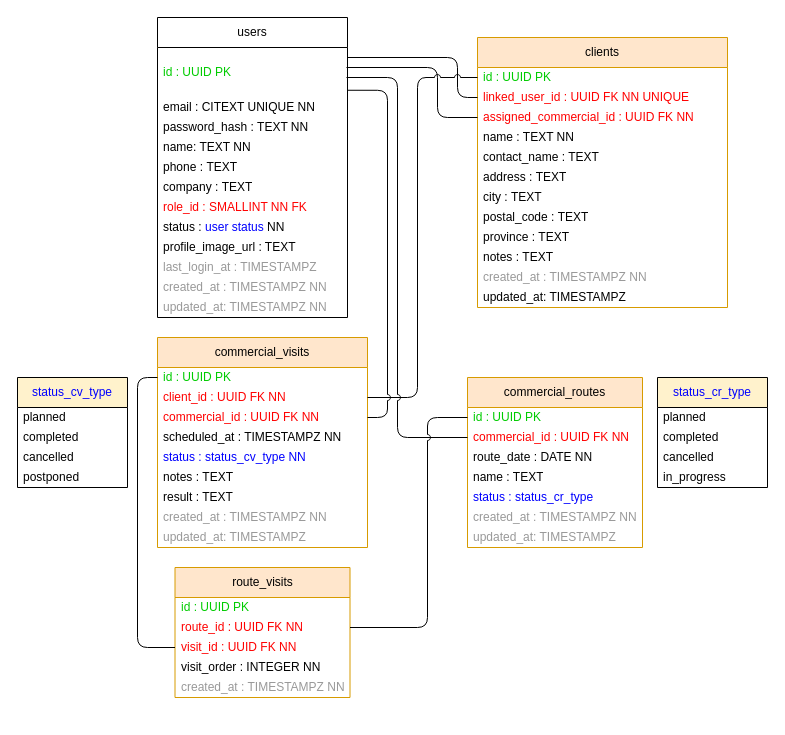
Earlier version of the draw.io diagram docs/docs/figures/UML/MCD/M2_BD.drawio (MadaoSurmanito/app-tfg). Source tidied: cells renumbered, new cells numbered last; positions are measured from the earlier drawing's top-left corner, leaving out a move shared by most shapes. Both pictures are drawn from the tidied source at 100%, with x=0, y=0 at pixel (17, 17).
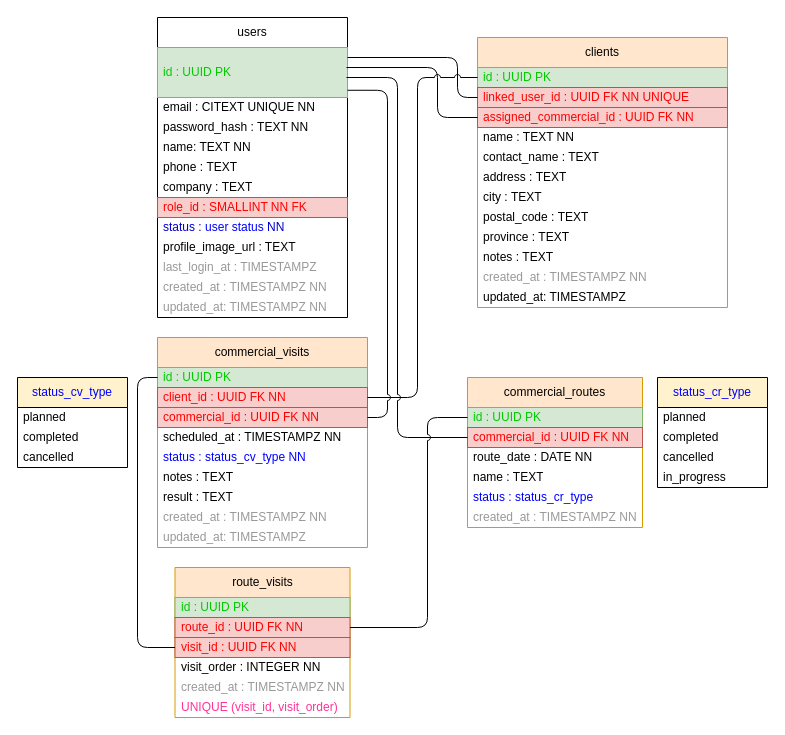
After the change.

Unchanged cells that the change refers to:
```xml
<mxCell id="2" value="users" style="swimlane;fontStyle=0;horizontal=1;startSize=30;whiteSpace=wrap;html=1;" parent="1" vertex="1">
  <mxGeometry x="140" width="190" height="300" as="geometry" />
</mxCell>
<mxCell id="15" value="clients" style="swimlane;fontStyle=0;horizontal=1;startSize=30;whiteSpace=wrap;html=1;fillColor=#ffe6cc;strokeColor=#d79b00;" parent="1" vertex="1">
  <mxGeometry x="460" y="20" width="250" height="270" as="geometry" />
</mxCell>
<mxCell id="30" value="commercial_visits" style="swimlane;fontStyle=0;horizontal=1;startSize=30;whiteSpace=wrap;html=1;fillColor=#ffe6cc;strokeColor=#d79b00;" parent="1" vertex="1">
  <mxGeometry x="140" y="320" width="210" height="210" as="geometry" />
</mxCell>
```

What changed in the source:
```diff
@@
-    <mxCell id="3" value="&lt;font color=&quot;#00cc00&quot;&gt;id : UUID PK&lt;/font&gt;" style="text;strokeColor=none;fillColor=none;align=left;verticalAlign=middle;spacingLeft=4;spacingRight=4;overflow=hidden;points=[[0,0.5],[1,0.5]];portConstraint=eastwest;whiteSpace=wrap;html=1;fontSize=12;" parent="2" vertex="1">
+    <mxCell id="3" value="&lt;font color=&quot;#00cc00&quot;&gt;id : UUID PK&lt;/font&gt;" style="text;strokeColor=#82b366;fillColor=#d5e8d4;align=left;verticalAlign=middle;spacingLeft=4;spacingRight=4;overflow=hidden;points=[[0,0.5],[1,0.5]];portConstraint=eastwest;whiteSpace=wrap;html=1;fontSize=12;" parent="2" vertex="1">
       <mxGeometry y="30" width="190" height="50" as="geometry" />
     </mxCell>
@@
-    <mxCell id="9" value="&lt;font color=&quot;#ff0000&quot;&gt;role_id : SMALLINT NN FK&lt;/font&gt;" style="text;strokeColor=none;fillColor=none;align=left;verticalAlign=middle;spacingLeft=4;spacingRight=4;overflow=hidden;whiteSpace=wrap;html=1;" parent="2" vertex="1">
+    <mxCell id="9" value="&lt;font color=&quot;#ff0000&quot;&gt;role_id : SMALLINT NN FK&lt;/font&gt;" style="text;strokeColor=#b85450;fillColor=#f8cecc;align=left;verticalAlign=middle;spacingLeft=4;spacingRight=4;overflow=hidden;whiteSpace=wrap;html=1;" parent="2" vertex="1">
       <mxGeometry y="180" width="190" height="20" as="geometry" />
     </mxCell>
-    <mxCell id="10" value="status :&amp;nbsp;&lt;span style=&quot;color: rgb(0, 0, 255);&quot;&gt;user status&lt;/span&gt;&amp;nbsp;&lt;span style=&quot;color: rgb(0, 0, 0); text-align: center;&quot;&gt;NN&lt;/span&gt;" style="text;strokeColor=none;fillColor=none;align=left;verticalAlign=middle;spacingLeft=4;spacingRight=4;overflow=hidden;whiteSpace=wrap;html=1;" parent="2" vertex="1">
+    <mxCell id="10" value="&lt;font&gt;&lt;font style=&quot;color: rgb(0, 0, 204);&quot;&gt;status :&amp;nbsp;&lt;/font&gt;&lt;span style=&quot;color: rgb(0, 0, 255);&quot;&gt;user status&lt;/span&gt;&lt;font style=&quot;color: rgb(0, 0, 204);&quot;&gt;&amp;nbsp;&lt;/font&gt;&lt;span style=&quot;text-align: center; color: rgb(0, 0, 0);&quot;&gt;&lt;font style=&quot;color: rgb(0, 0, 204);&quot;&gt;NN&lt;/font&gt;&lt;/span&gt;&lt;/font&gt;" style="text;strokeColor=none;fillColor=none;align=left;verticalAlign=middle;spacingLeft=4;spacingRight=4;overflow=hidden;whiteSpace=wrap;html=1;" parent="2" vertex="1">
       <mxGeometry y="200" width="190" height="20" as="geometry" />
     </mxCell>
@@
-    <mxCell id="16" value="&lt;font color=&quot;#00cc00&quot;&gt;id : UUID PK&lt;/font&gt;" style="text;strokeColor=none;fillColor=none;align=left;verticalAlign=middle;spacingLeft=4;spacingRight=4;overflow=hidden;points=[[0,0.5],[1,0.5]];portConstraint=eastwest;whiteSpace=wrap;html=1;" parent="15" vertex="1">
+    <mxCell id="16" value="&lt;font color=&quot;#00cc00&quot;&gt;id : UUID PK&lt;/font&gt;" style="text;strokeColor=#82b366;fillColor=#d5e8d4;align=left;verticalAlign=middle;spacingLeft=4;spacingRight=4;overflow=hidden;points=[[0,0.5],[1,0.5]];portConstraint=eastwest;whiteSpace=wrap;html=1;" parent="15" vertex="1">
       <mxGeometry y="30" width="250" height="20" as="geometry" />
     </mxCell>
-    <mxCell id="17" value="&lt;font color=&quot;#ff0000&quot;&gt;linked_user_id : UUID FK NN UNIQUE&lt;/font&gt;" style="text;strokeColor=none;fillColor=none;align=left;verticalAlign=middle;spacingLeft=4;spacingRight=4;overflow=hidden;points=[[0,0.5],[1,0.5]];portConstraint=eastwest;whiteSpace=wrap;html=1;" parent="15" vertex="1">
+    <mxCell id="17" value="&lt;font color=&quot;#ff0000&quot;&gt;linked_user_id : UUID FK NN UNIQUE&lt;/font&gt;" style="text;strokeColor=#b85450;fillColor=#f8cecc;align=left;verticalAlign=middle;spacingLeft=4;spacingRight=4;overflow=hidden;points=[[0,0.5],[1,0.5]];portConstraint=eastwest;whiteSpace=wrap;html=1;" parent="15" vertex="1">
       <mxGeometry y="50" width="250" height="20" as="geometry" />
     </mxCell>
-    <mxCell id="18" value="&lt;font color=&quot;#ff0000&quot;&gt;assigned_commercial_id : UUID FK NN&lt;/font&gt;" style="text;strokeColor=none;fillColor=none;align=left;verticalAlign=middle;spacingLeft=4;spacingRight=4;overflow=hidden;points=[[0,0.5],[1,0.5]];portConstraint=eastwest;whiteSpace=wrap;html=1;" parent="15" vertex="1">
+    <mxCell id="18" value="&lt;font color=&quot;#ff0000&quot;&gt;assigned_commercial_id : UUID FK NN&lt;/font&gt;" style="text;strokeColor=#b85450;fillColor=#f8cecc;align=left;verticalAlign=middle;spacingLeft=4;spacingRight=4;overflow=hidden;points=[[0,0.5],[1,0.5]];portConstraint=eastwest;whiteSpace=wrap;html=1;" parent="15" vertex="1">
       <mxGeometry y="70" width="250" height="20" as="geometry" />
     </mxCell>
@@
-    <mxCell id="31" value="&lt;font color=&quot;#00cc00&quot;&gt;id : UUID PK&lt;/font&gt;" style="text;strokeColor=none;fillColor=none;align=left;verticalAlign=middle;spacingLeft=4;spacingRight=4;overflow=hidden;points=[[0,0.5],[1,0.5]];portConstraint=eastwest;whiteSpace=wrap;html=1;" parent="30" vertex="1">
+    <mxCell id="31" value="&lt;font color=&quot;#00cc00&quot;&gt;id : UUID PK&lt;/font&gt;" style="text;strokeColor=#82b366;fillColor=#d5e8d4;align=left;verticalAlign=middle;spacingLeft=4;spacingRight=4;overflow=hidden;points=[[0,0.5],[1,0.5]];portConstraint=eastwest;whiteSpace=wrap;html=1;" parent="30" vertex="1">
       <mxGeometry y="30" width="210" height="20" as="geometry" />
     </mxCell>
-    <mxCell id="32" value="&lt;font color=&quot;#ff0000&quot;&gt;client_id : UUID FK NN&lt;/font&gt;" style="text;strokeColor=none;fillColor=none;align=left;verticalAlign=middle;spacingLeft=4;spacingRight=4;overflow=hidden;points=[[0,0.5],[1,0.5]];portConstraint=eastwest;whiteSpace=wrap;html=1;" parent="30" vertex="1">
+    <mxCell id="32" value="&lt;font color=&quot;#ff0000&quot;&gt;client_id : UUID FK NN&lt;/font&gt;" style="text;strokeColor=#b85450;fillColor=#f8cecc;align=left;verticalAlign=middle;spacingLeft=4;spacingRight=4;overflow=hidden;points=[[0,0.5],[1,0.5]];portConstraint=eastwest;whiteSpace=wrap;html=1;" parent="30" vertex="1">
       <mxGeometry y="50" width="210" height="20" as="geometry" />
     </mxCell>
-    <mxCell id="33" value="&lt;font color=&quot;#ff0000&quot;&gt;commercial_id : UUID FK NN&lt;/font&gt;" style="text;strokeColor=none;fillColor=none;align=left;verticalAlign=middle;spacingLeft=4;spacingRight=4;overflow=hidden;points=[[0,0.5],[1,0.5]];portConstraint=eastwest;whiteSpace=wrap;html=1;" parent="30" vertex="1">
+    <mxCell id="33" value="&lt;font color=&quot;#ff0000&quot;&gt;commercial_id : UUID FK NN&lt;/font&gt;" style="text;strokeColor=#b85450;fillColor=#f8cecc;align=left;verticalAlign=middle;spacingLeft=4;spacingRight=4;overflow=hidden;points=[[0,0.5],[1,0.5]];portConstraint=eastwest;whiteSpace=wrap;html=1;" parent="30" vertex="1">
       <mxGeometry y="70" width="210" height="20" as="geometry" />
     </mxCell>
@@
     <mxCell id="42" value="commercial_routes" style="swimlane;fontStyle=0;horizontal=1;startSize=30;whiteSpace=wrap;html=1;fillColor=#ffe6cc;strokeColor=#d79b00;" parent="1" vertex="1">
-      <mxGeometry x="450" y="360" width="175" height="170" as="geometry" />
+      <mxGeometry x="450" y="360" width="175" height="150" as="geometry" />
     </mxCell>
-    <mxCell id="43" value="&lt;font color=&quot;#00cc00&quot;&gt;id : UUID PK&lt;/font&gt;" style="text;strokeColor=none;fillColor=none;align=left;verticalAlign=middle;spacingLeft=4;spacingRight=4;overflow=hidden;points=[[0,0.5],[1,0.5]];portConstraint=eastwest;whiteSpace=wrap;html=1;" parent="42" vertex="1">
+    <mxCell id="43" value="&lt;font color=&quot;#00cc00&quot;&gt;id : UUID PK&lt;/font&gt;" style="text;strokeColor=#82b366;fillColor=#d5e8d4;align=left;verticalAlign=middle;spacingLeft=4;spacingRight=4;overflow=hidden;points=[[0,0.5],[1,0.5]];portConstraint=eastwest;whiteSpace=wrap;html=1;" parent="42" vertex="1">
       <mxGeometry y="30" width="175" height="20" as="geometry" />
     </mxCell>
-    <mxCell id="44" value="&lt;font color=&quot;#ff0000&quot;&gt;commercial_id : UUID FK NN&lt;/font&gt;" style="text;strokeColor=none;fillColor=none;align=left;verticalAlign=middle;spacingLeft=4;spacingRight=4;overflow=hidden;whiteSpace=wrap;html=1;" parent="42" vertex="1">
+    <mxCell id="44" value="&lt;font color=&quot;#ff0000&quot;&gt;commercial_id : UUID FK NN&lt;/font&gt;" style="text;strokeColor=#b85450;fillColor=#f8cecc;align=left;verticalAlign=middle;spacingLeft=4;spacingRight=4;overflow=hidden;whiteSpace=wrap;html=1;" parent="42" vertex="1">
       <mxGeometry y="50" width="175" height="20" as="geometry" />
     </mxCell>
@@
-    <mxCell id="49" value="updated_at: TIMESTAMPZ" style="text;strokeColor=none;fillColor=none;align=left;verticalAlign=middle;spacingLeft=4;spacingRight=4;overflow=hidden;whiteSpace=wrap;html=1;fontColor=#999999;" parent="42" vertex="1">
-      <mxGeometry y="150" width="175" height="20" as="geometry" />
-    </mxCell>
@@
     <mxCell id="51" value="route_visits" style="swimlane;fontStyle=0;horizontal=1;startSize=30;whiteSpace=wrap;html=1;fillColor=#ffe6cc;strokeColor=#d79b00;" parent="1" vertex="1">
-      <mxGeometry x="157.5" y="550" width="175" height="130" as="geometry" />
+      <mxGeometry x="157.5" y="550" width="175" height="150" as="geometry" />
     </mxCell>
-    <mxCell id="52" value="&lt;font color=&quot;#00cc00&quot;&gt;id : UUID PK&lt;/font&gt;" style="text;strokeColor=none;fillColor=none;align=left;verticalAlign=middle;spacingLeft=4;spacingRight=4;overflow=hidden;whiteSpace=wrap;html=1;" parent="51" vertex="1">
+    <mxCell id="52" value="&lt;font color=&quot;#00cc00&quot;&gt;id : UUID PK&lt;/font&gt;" style="text;strokeColor=#82b366;fillColor=#d5e8d4;align=left;verticalAlign=middle;spacingLeft=4;spacingRight=4;overflow=hidden;whiteSpace=wrap;html=1;" parent="51" vertex="1">
       <mxGeometry y="30" width="175" height="20" as="geometry" />
     </mxCell>
-    <mxCell id="53" value="&lt;font color=&quot;#ff0000&quot;&gt;route_id : UUID FK NN&lt;/font&gt;" style="text;strokeColor=none;fillColor=none;align=left;verticalAlign=middle;spacingLeft=4;spacingRight=4;overflow=hidden;points=[[0,0.5],[1,0.5]];portConstraint=eastwest;whiteSpace=wrap;html=1;" parent="51" vertex="1">
+    <mxCell id="53" value="&lt;font color=&quot;#ff0000&quot;&gt;route_id : UUID FK NN&lt;/font&gt;" style="text;strokeColor=#b85450;fillColor=#f8cecc;align=left;verticalAlign=middle;spacingLeft=4;spacingRight=4;overflow=hidden;points=[[0,0.5],[1,0.5]];portConstraint=eastwest;whiteSpace=wrap;html=1;" parent="51" vertex="1">
       <mxGeometry y="50" width="175" height="20" as="geometry" />
     </mxCell>
-    <mxCell id="54" value="&lt;font color=&quot;#ff0000&quot;&gt;visit_id : UUID FK NN&lt;/font&gt;" style="text;strokeColor=none;fillColor=none;align=left;verticalAlign=middle;spacingLeft=4;spacingRight=4;overflow=hidden;points=[[0,0.5],[1,0.5]];portConstraint=eastwest;whiteSpace=wrap;html=1;" parent="51" vertex="1">
+    <mxCell id="54" value="&lt;font color=&quot;#ff0000&quot;&gt;visit_id : UUID FK NN&lt;/font&gt;" style="text;strokeColor=#b85450;fillColor=#f8cecc;align=left;verticalAlign=middle;spacingLeft=4;spacingRight=4;overflow=hidden;points=[[0,0.5],[1,0.5]];portConstraint=eastwest;whiteSpace=wrap;html=1;" parent="51" vertex="1">
       <mxGeometry y="70" width="175" height="20" as="geometry" />
     </mxCell>
@@
+    <mxCell id="69" value="UNIQUE (visit_id, visit_order)" style="text;strokeColor=none;fillColor=none;align=left;verticalAlign=middle;spacingLeft=4;spacingRight=4;overflow=hidden;whiteSpace=wrap;html=1;fontColor=#FF3399;" parent="51" vertex="1">
+      <mxGeometry y="130" width="175" height="20" as="geometry" />
+    </mxCell>
@@
     <mxCell id="59" value="&lt;span style=&quot;color: rgb(0, 0, 255); text-align: left;&quot;&gt;status_cv_type&lt;/span&gt;" style="swimlane;fontStyle=0;horizontal=1;startSize=30;whiteSpace=wrap;html=1;fillColor=#fff2cc;fontColor=#0000FF;" parent="1" vertex="1">
-      <mxGeometry y="360" width="110" height="110" as="geometry" />
+      <mxGeometry y="360" width="110" height="90" as="geometry" />
     </mxCell>
@@
-    <mxCell id="63" value="postponed" style="text;strokeColor=none;fillColor=none;align=left;verticalAlign=middle;spacingLeft=4;overflow=hidden;whiteSpace=wrap;html=1;" parent="59" vertex="1">
-      <mxGeometry y="90" width="110" height="20" as="geometry" />
-    </mxCell>
```
